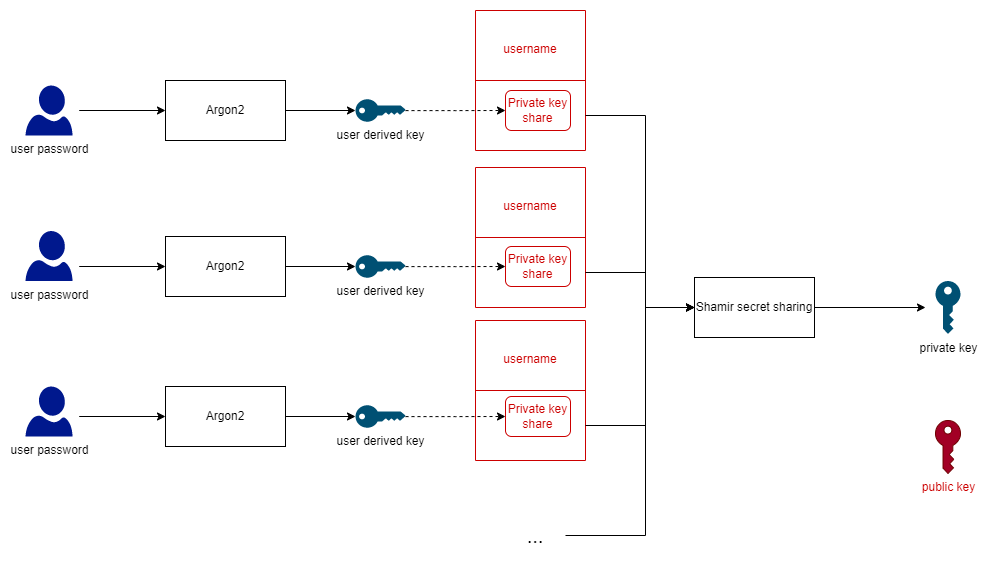
Before: readme-images/Storage root key shares.drawio.png, a diagram exported from draw.io (damienmaier/encrypted-vault). Source tidied: cells renumbered, new cells last; positions are measured from the earlier drawing's top-left corner, leaving out a move shared by most shapes.
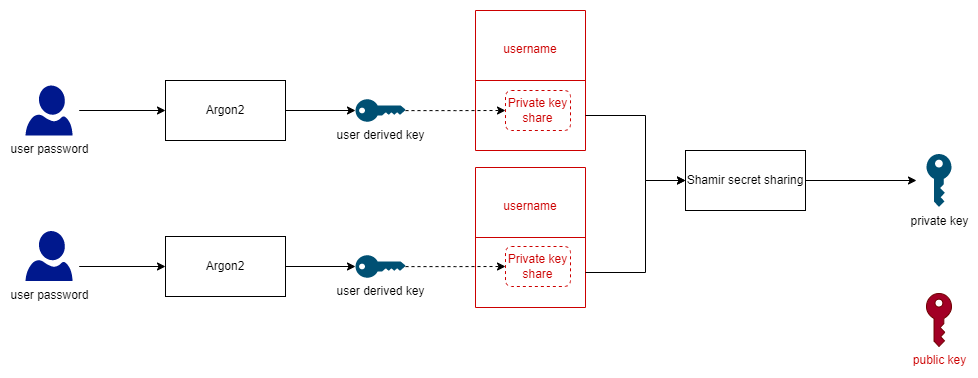
Later version of the same file.

The edit, as a diff of the source:
```diff
@@ -2,21 +2,6 @@
   <root>
     <mxCell id="0" />
     <mxCell id="1" parent="0" />
-    <mxCell id="2" style="shape=table;startSize=0;fontSize=20;fillColor=none;strokeColor=#CC0000;" parent="1" vertex="1">
-      <mxGeometry x="450" y="310" width="110" height="140" as="geometry" />
-    </mxCell>
-    <mxCell id="3" style="shape=tableRow;horizontal=0;startSize=0;swimlaneHead=0;swimlaneBody=0;top=0;left=0;bottom=0;right=0;fillColor=none;strokeColor=#B85450;fontSize=20;fontColor=#CC0000;" parent="2" vertex="1">
-      <mxGeometry width="110" height="70" as="geometry" />
-    </mxCell>
-    <mxCell id="4" value="&lt;font style=&quot;font-size: 12px;&quot;&gt;username&lt;/font&gt;" style="shape=partialRectangle;html=1;whiteSpace=wrap;overflow=hidden;fillColor=none;top=0;left=0;bottom=0;right=0;strokeColor=#B85450;fontSize=20;fontColor=#CC0000;" parent="3" vertex="1">
-      <mxGeometry width="110" height="70" as="geometry" />
-    </mxCell>
-    <mxCell id="5" style="shape=tableRow;horizontal=0;startSize=0;swimlaneHead=0;swimlaneBody=0;top=0;left=0;bottom=0;right=0;fillColor=none;points=[[0,0.5],[1,0.5]];portConstraint=eastwest;strokeColor=#B85450;fontSize=20;fontColor=#CC0000;" parent="2" vertex="1">
-      <mxGeometry y="70" width="110" height="70" as="geometry" />
-    </mxCell>
-    <mxCell id="6" style="shape=partialRectangle;html=1;whiteSpace=wrap;overflow=hidden;fillColor=none;top=0;left=0;bottom=0;right=0;strokeColor=#B85450;fontSize=20;fontColor=#CC0000;" parent="5" vertex="1">
-      <mxGeometry width="110" height="70" as="geometry" />
-    </mxCell>
     <mxCell id="7" style="shape=table;startSize=0;fontSize=20;fillColor=none;strokeColor=#CC0000;" parent="1" vertex="1">
       <mxGeometry x="450" y="157" width="110" height="140" as="geometry" />
     </mxCell>
@@ -85,57 +70,19 @@
     <mxCell id="26" value="user derived key" style="points=[[0,0.5,0],[0.24,0,0],[0.5,0.28,0],[0.995,0.475,0],[0.5,0.72,0],[0.24,1,0]];verticalLabelPosition=bottom;sketch=0;html=1;verticalAlign=top;align=center;shape=mxgraph.cisco19.key;fillColor=#005073;strokeColor=none;" parent="1" vertex="1">
       <mxGeometry x="330" y="244.8" width="50" height="22.5" as="geometry" />
     </mxCell>
-    <mxCell id="27" style="edgeStyle=orthogonalEdgeStyle;rounded=0;jettySize=auto;html=1;entryX=0;entryY=0.5;entryDx=0;entryDy=0;exitX=0.93;exitY=0.5;exitDx=0;exitDy=0;exitPerimeter=0;" parent="1" edge="1" target="29">
-      <mxGeometry relative="1" as="geometry">
-        <mxPoint x="53.7" y="406" as="sourcePoint" />
-      </mxGeometry>
-    </mxCell>
-    <mxCell id="28" style="edgeStyle=orthogonalEdgeStyle;rounded=0;jettySize=auto;html=1;entryX=0;entryY=0.5;entryDx=0;entryDy=0;entryPerimeter=0;" parent="1" edge="1" source="29" target="31">
-      <mxGeometry relative="1" as="geometry" />
-    </mxCell>
-    <mxCell id="29" value="Argon2" style="rounded=0;whiteSpace=wrap;html=1;" parent="1" vertex="1">
-      <mxGeometry x="140" y="376" width="120" height="60" as="geometry" />
-    </mxCell>
-    <mxCell id="30" style="edgeStyle=orthogonalEdgeStyle;rounded=0;jettySize=auto;html=1;entryX=0;entryY=0.5;entryDx=0;entryDy=0;entryPerimeter=0;dashed=1;" parent="1" edge="1" source="31">
-      <mxGeometry relative="1" as="geometry">
-        <mxPoint x="480" y="406" as="targetPoint" />
-      </mxGeometry>
-    </mxCell>
-    <mxCell id="31" value="user derived key" style="points=[[0,0.5,0],[0.24,0,0],[0.5,0.28,0],[0.995,0.475,0],[0.5,0.72,0],[0.24,1,0]];verticalLabelPosition=bottom;sketch=0;html=1;verticalAlign=top;align=center;shape=mxgraph.cisco19.key;fillColor=#005073;strokeColor=none;" parent="1" vertex="1">
-      <mxGeometry x="330" y="394.8" width="50" height="22.5" as="geometry" />
-    </mxCell>
-    <mxCell id="32" style="edgeStyle=orthogonalEdgeStyle;rounded=0;jettySize=auto;html=1;entryX=0;entryY=0.5;entryDx=0;entryDy=0;" parent="1" edge="1" source="33" target="35">
-      <mxGeometry relative="1" as="geometry">
-        <Array as="points">
-          <mxPoint x="620" y="525" />
-          <mxPoint x="620" y="297" />
-        </Array>
-      </mxGeometry>
-    </mxCell>
-    <mxCell id="33" value="&lt;font style=&quot;font-size: 20px;&quot;&gt;...&lt;/font&gt;" style="text;html=1;strokeColor=none;fillColor=none;align=center;verticalAlign=middle;whiteSpace=wrap;rounded=0;" parent="1" vertex="1">
-      <mxGeometry x="480" y="510" width="60" height="30" as="geometry" />
-    </mxCell>
     <mxCell id="34" style="edgeStyle=orthogonalEdgeStyle;rounded=0;jettySize=auto;html=1;entryX=0;entryY=0.5;entryDx=0;entryDy=0;entryPerimeter=0;" parent="1" edge="1" source="35">
       <mxGeometry relative="1" as="geometry">
-        <mxPoint x="900" y="297" as="targetPoint" />
+        <mxPoint x="891" y="170" as="targetPoint" />
       </mxGeometry>
     </mxCell>
     <mxCell id="35" value="Shamir secret sharing" style="rounded=0;whiteSpace=wrap;html=1;" parent="1" vertex="1">
-      <mxGeometry x="669" y="267" width="120" height="60" as="geometry" />
+      <mxGeometry x="660" y="140" width="120" height="60" as="geometry" />
     </mxCell>
-    <mxCell id="36" style="edgeStyle=orthogonalEdgeStyle;rounded=0;jettySize=auto;html=1;entryX=0;entryY=0.5;entryDx=0;entryDy=0;" parent="1" edge="1" source="5" target="35">
-      <mxGeometry relative="1" as="geometry">
-        <Array as="points">
-          <mxPoint x="620" y="415" />
-          <mxPoint x="620" y="297" />
-        </Array>
-      </mxGeometry>
-    </mxCell>
     <mxCell id="37" style="edgeStyle=orthogonalEdgeStyle;rounded=0;jettySize=auto;html=1;entryX=0;entryY=0.5;entryDx=0;entryDy=0;" parent="1" edge="1" source="10" target="35">
       <mxGeometry relative="1" as="geometry">
         <Array as="points">
           <mxPoint x="620" y="262" />
-          <mxPoint x="620" y="297" />
+          <mxPoint x="620" y="170" />
         </Array>
       </mxGeometry>
     </mxCell>
@@ -143,33 +90,27 @@
       <mxGeometry relative="1" as="geometry">
         <Array as="points">
           <mxPoint x="620" y="105" />
-          <mxPoint x="620" y="297" />
+          <mxPoint x="620" y="170" />
         </Array>
       </mxGeometry>
     </mxCell>
     <mxCell id="39" value="&lt;font color=&quot;#000000&quot;&gt;private key&lt;/font&gt;" style="sketch=0;shadow=0;dashed=0;html=1;strokeColor=none;labelPosition=center;verticalLabelPosition=bottom;verticalAlign=top;align=center;shape=mxgraph.office.security.key_permissions;fillColor=#005073;fontColor=#CC0000;" parent="1" vertex="1">
-      <mxGeometry x="910" y="270.5" width="25" height="53" as="geometry" />
+      <mxGeometry x="901" y="143.5" width="25" height="53" as="geometry" />
     </mxCell>
     <mxCell id="40" value="&lt;font color=&quot;#cc0000&quot;&gt;public key&lt;/font&gt;" style="sketch=0;shadow=0;dashed=0;html=1;strokeColor=#6F0000;labelPosition=center;verticalLabelPosition=bottom;verticalAlign=top;align=center;shape=mxgraph.office.security.key_permissions;fillColor=#a20025;fontColor=#ffffff;" parent="1" vertex="1">
-      <mxGeometry x="910" y="410" width="25" height="53" as="geometry" />
+      <mxGeometry x="901" y="283" width="25" height="53" as="geometry" />
     </mxCell>
-    <mxCell id="41" value="Private key share" style="rounded=1;whiteSpace=wrap;html=1;fontColor=#CC0000;strokeColor=#CC0000;" parent="1" vertex="1">
+    <mxCell id="41" value="Private key share" style="rounded=1;whiteSpace=wrap;html=1;fontColor=#CC0000;strokeColor=#CC0000;dashed=1;" parent="1" vertex="1">
       <mxGeometry x="480" y="80" width="65" height="40" as="geometry" />
     </mxCell>
-    <mxCell id="42" value="Private key share" style="rounded=1;whiteSpace=wrap;html=1;fontColor=#CC0000;strokeColor=#CC0000;" parent="1" vertex="1">
+    <mxCell id="42" value="Private key share" style="rounded=1;whiteSpace=wrap;html=1;fontColor=#CC0000;strokeColor=#CC0000;dashed=1;" parent="1" vertex="1">
       <mxGeometry x="480" y="236" width="65" height="40" as="geometry" />
     </mxCell>
-    <mxCell id="43" value="Private key share" style="rounded=1;whiteSpace=wrap;html=1;fontColor=#CC0000;strokeColor=#CC0000;" parent="1" vertex="1">
-      <mxGeometry x="480" y="386" width="65" height="40" as="geometry" />
-    </mxCell>
     <mxCell id="44" value="user password" style="sketch=0;shadow=0;dashed=0;html=1;strokeColor=none;labelPosition=center;verticalLabelPosition=bottom;verticalAlign=top;align=center;fillColor=#00188D;shape=mxgraph.azure.user;fontColor=#000000;" parent="1" vertex="1">
       <mxGeometry y="75" width="47" height="50" as="geometry" />
     </mxCell>
     <mxCell id="45" value="user password" style="sketch=0;shadow=0;dashed=0;html=1;strokeColor=none;labelPosition=center;verticalLabelPosition=bottom;verticalAlign=top;align=center;fillColor=#00188D;shape=mxgraph.azure.user;fontColor=#000000;" parent="1" vertex="1">
       <mxGeometry y="220.5" width="47" height="50" as="geometry" />
     </mxCell>
-    <mxCell id="46" value="user password" style="sketch=0;shadow=0;dashed=0;html=1;strokeColor=none;labelPosition=center;verticalLabelPosition=bottom;verticalAlign=top;align=center;fillColor=#00188D;shape=mxgraph.azure.user;fontColor=#000000;" parent="1" vertex="1">
-      <mxGeometry y="376" width="47" height="50" as="geometry" />
-    </mxCell>
   </root>
 </mxGraphModel>
```
